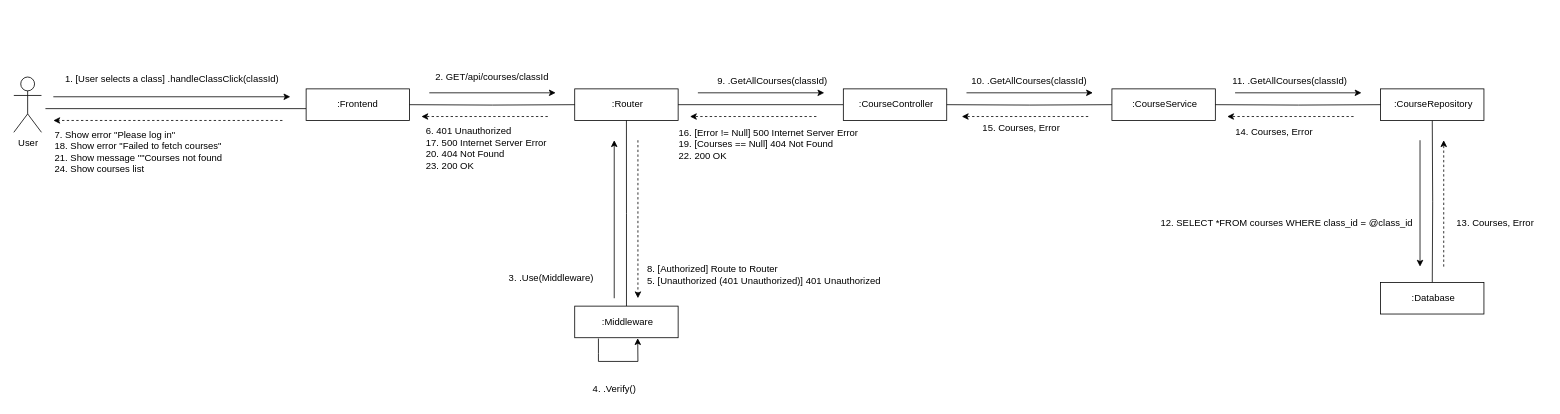
CS371-Project-Management/CS371-Collaboration-Diagram keeps this draw.io diagram as page "CD-Create-quiz-opt [Authorized][User select a class]" (3 of 4) of CD-Create-Quiz/CD-Create-quiz.drawio. Above is the earlier version. Source tidied: cells renumbered, new cells numbered last; positions are measured from the earlier drawing's top-left corner, leaving out a move shared by most shapes. Both pictures are drawn from the tidied source at 79%, with x=0, y=0 at pixel (13, 65).
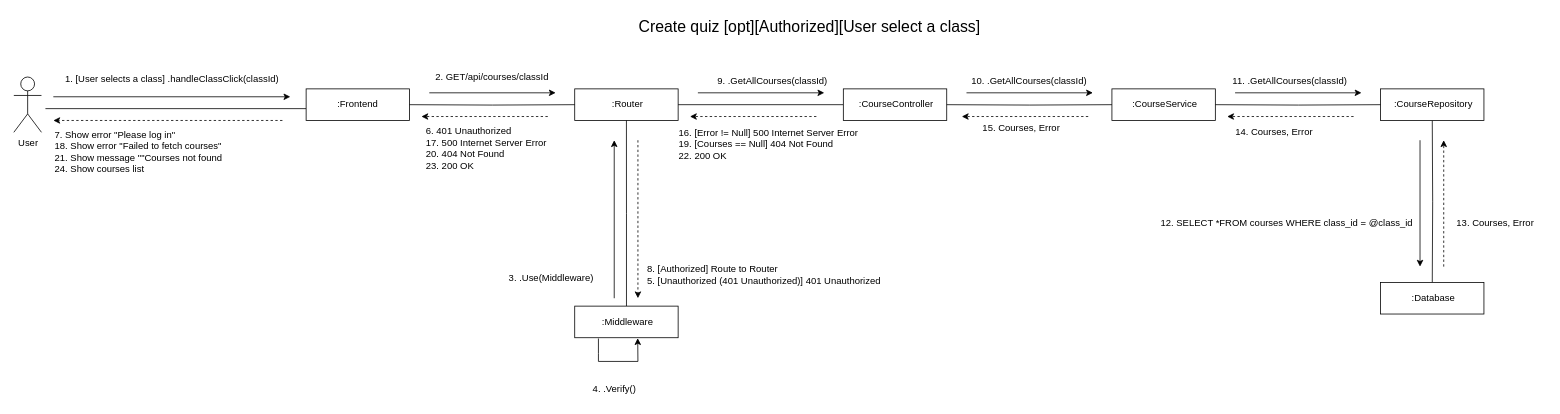
Above is the later version.

Commit message (it also covers changes not shown here):
fix CD-Create-account-User-with ... and CD-Create-Quiz and Cd-Log-In ...

What changed in the source:
```diff
@@
+    <mxCell id="50" value="Create quiz [opt][Authorized][User select a class]" style="text;html=1;align=center;verticalAlign=middle;whiteSpace=wrap;rounded=0;fontSize=20;" parent="1" vertex="1">
+      <mxGeometry x="750" y="-65" width="515" height="30" as="geometry" />
+    </mxCell>
```
